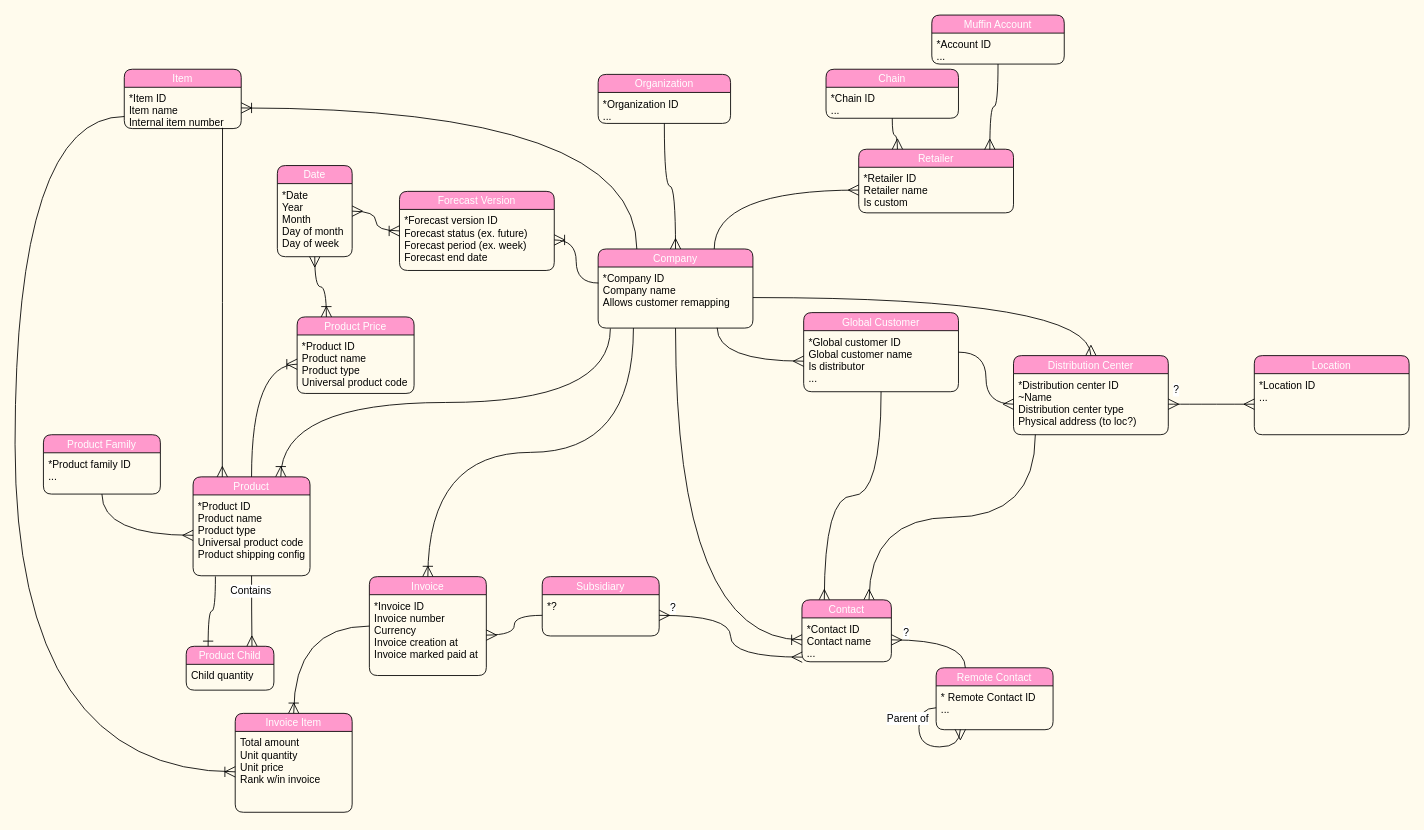
Earlier version of the draw.io diagram confido_demo.drawio (jwmanahan/confido_demo). Source tidied: cells renumbered, new cells numbered last; positions are measured from the earlier drawing's top-left corner, leaving out a move shared by most shapes. Both pictures are drawn from the tidied source at 86%, with x=0, y=0 at pixel (15, 15).
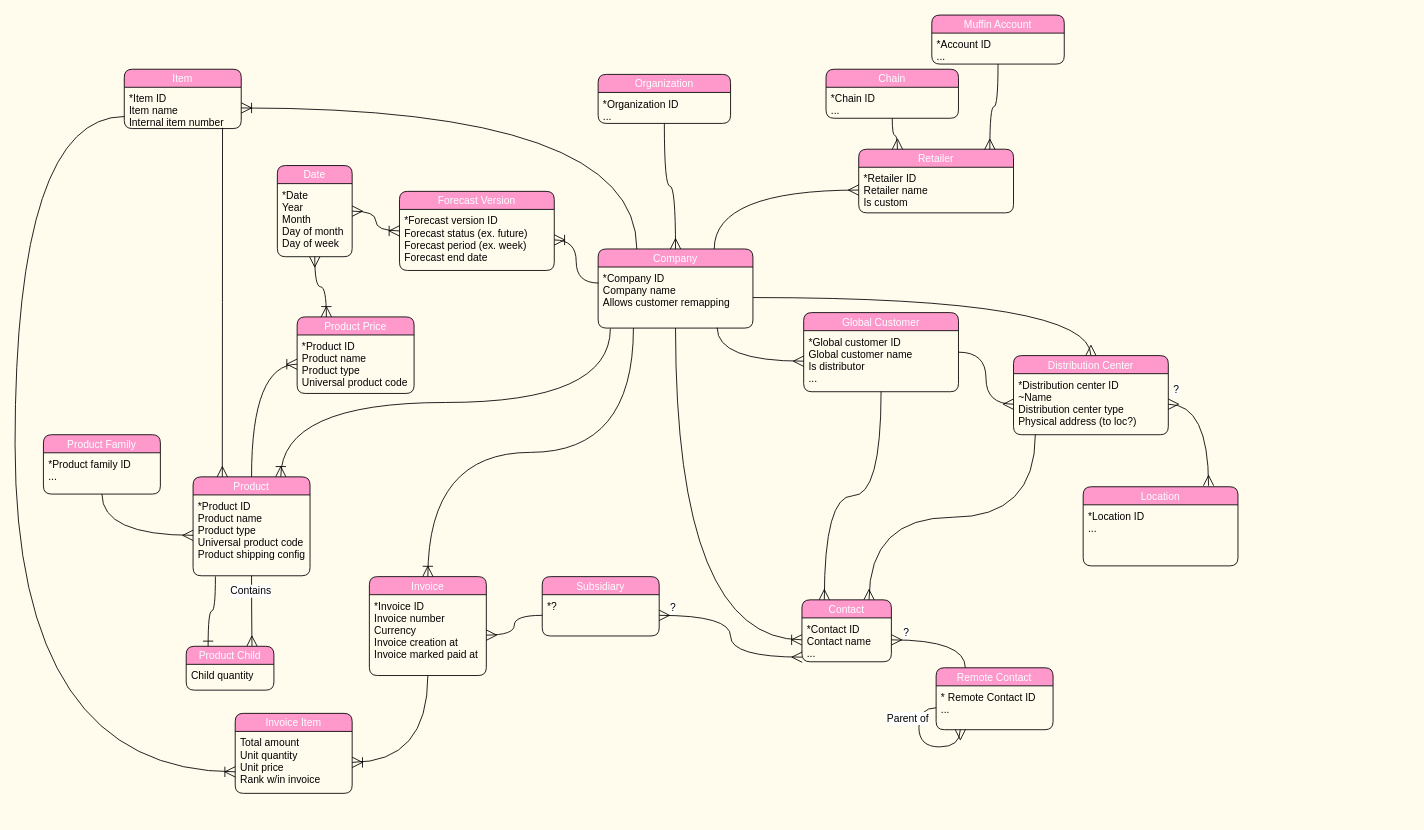
After the change.

Unchanged cells that the change refers to:
```xml
<mxCell id="21" value="*Distribution center ID&#10;~Name&#10;Distribution center type&#10;Physical address (to loc?)" style="text;strokeColor=none;fillColor=none;align=left;verticalAlign=top;spacingLeft=4;spacingRight=4;overflow=hidden;points=[[0,0.5],[1,0.5]];portConstraint=eastwest;rounded=1;fontColor=#000000;fontStyle=0;" parent="20" vertex="1">
  <mxGeometry y="21" width="180" height="71" as="geometry" />
</mxCell>
<mxCell id="27" value="*Location ID&#10;..." style="text;strokeColor=none;fillColor=none;align=left;verticalAlign=top;spacingLeft=4;spacingRight=4;overflow=hidden;points=[[0,0.5],[1,0.5]];portConstraint=eastwest;rounded=1;fontColor=#000000;fontStyle=0;" parent="26" vertex="1">
  <mxGeometry y="21" width="180" height="71" as="geometry" />
</mxCell>
<mxCell id="39" value="Invoice" style="swimlane;fontStyle=0;horizontal=1;startSize=21;rounded=1;fontColor=#FFFFFF;fillColor=#FF99CC;" parent="1" vertex="1">
  <mxGeometry x="412" y="653" width="136" height="115" as="geometry" />
</mxCell>
```

Change to the diagram source:
```diff
@@
     <mxCell id="26" value="Location" style="swimlane;fontStyle=0;horizontal=1;startSize=21;rounded=1;fontColor=#FFFFFF;fillColor=#FF99CC;" parent="1" vertex="1">
-      <mxGeometry x="1441" y="396" width="180" height="92" as="geometry" />
+      <mxGeometry x="1242" y="548.5" width="180" height="92" as="geometry" />
     </mxCell>
@@
-    <mxCell id="28" style="edgeStyle=orthogonalEdgeStyle;curved=1;rounded=0;jettySize=auto;html=1;strokeColor=default;align=center;verticalAlign=middle;fontFamily=Helvetica;fontSize=12;fontColor=#000000;fontStyle=0;labelBackgroundColor=default;startSize=10;endArrow=ERmany;endFill=0;endSize=10;startArrow=ERmany;startFill=0;" parent="1" edge="1" source="21" target="27">
+    <mxCell id="28" style="edgeStyle=orthogonalEdgeStyle;curved=1;rounded=0;jettySize=auto;html=1;strokeColor=default;align=center;verticalAlign=middle;fontFamily=Helvetica;fontSize=12;fontColor=#000000;fontStyle=0;labelBackgroundColor=default;startSize=10;endArrow=ERmany;endFill=0;endSize=10;startArrow=ERmany;startFill=0;entryX=0.81;entryY=-0.013;entryDx=0;entryDy=0;entryPerimeter=0;" parent="1" edge="1" source="21" target="26">
       <mxGeometry relative="1" as="geometry" />
     </mxCell>
@@
-    <mxCell id="38" style="edgeStyle=orthogonalEdgeStyle;curved=1;rounded=0;jettySize=auto;html=1;entryX=0.5;entryY=0;entryDx=0;entryDy=0;strokeColor=default;align=center;verticalAlign=middle;fontFamily=Helvetica;fontSize=12;fontColor=#000000;fontStyle=0;labelBackgroundColor=default;startSize=10;endArrow=ERoneToMany;endFill=0;endSize=10;" parent="1" edge="1" source="39" target="44">
+    <mxCell id="38" style="edgeStyle=orthogonalEdgeStyle;curved=1;rounded=0;jettySize=auto;html=1;strokeColor=default;align=center;verticalAlign=middle;fontFamily=Helvetica;fontSize=12;fontColor=#000000;fontStyle=0;labelBackgroundColor=default;startSize=10;endArrow=ERoneToMany;endFill=0;endSize=10;" parent="1" edge="1" source="39" target="45">
       <mxGeometry relative="1" as="geometry" />
     </mxCell>
@@
     <mxCell id="44" value="Invoice Item" style="swimlane;fontStyle=0;horizontal=1;startSize=21;rounded=1;fontColor=#FFFFFF;fillColor=#FF99CC;" parent="1" vertex="1">
-      <mxGeometry x="256" y="812" width="136" height="115" as="geometry" />
+      <mxGeometry x="256" y="812" width="136" height="93" as="geometry" />
     </mxCell>
     <mxCell id="45" value="Total amount&#10;Unit quantity&#10;Unit price&#10;Rank w/in invoice" style="text;strokeColor=none;fillColor=none;align=left;verticalAlign=top;spacingLeft=4;spacingRight=4;overflow=hidden;points=[[0,0.5],[1,0.5]];portConstraint=eastwest;rounded=1;fontColor=#000000;fontStyle=0;" parent="44" vertex="1">
-      <mxGeometry y="21" width="136" height="94" as="geometry" />
+      <mxGeometry y="21" width="136" height="72" as="geometry" />
     </mxCell>
```
